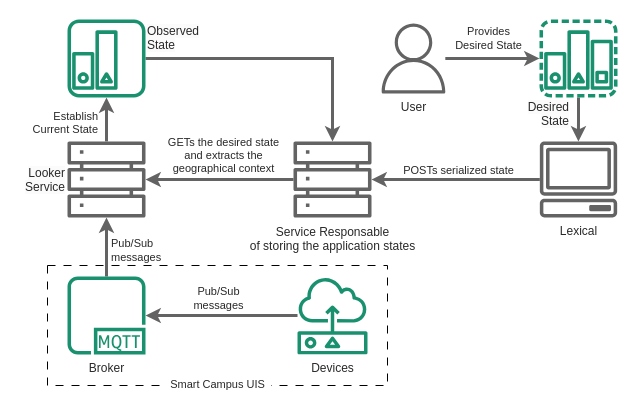
Earlier version of the draw.io diagram 3. Proyecto/metamodel/StarDuckBasic.drawio (MrDahaniel/StarDuck). Source tidied: cells renumbered, new cells numbered last; positions are measured from the earlier drawing's top-left corner, leaving out a move shared by most shapes. Both pictures are drawn from the tidied source at 100%, with x=0, y=0 at pixel (17, 17).
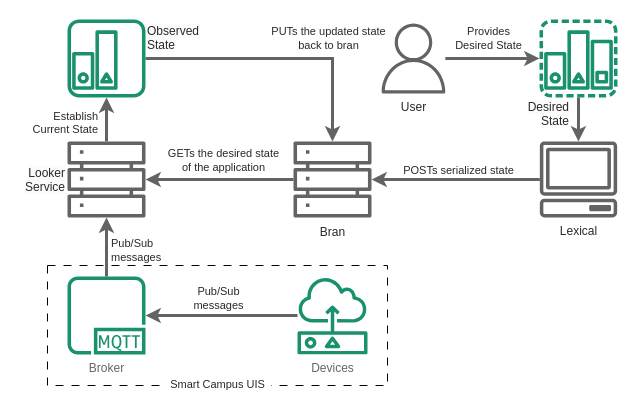
After the change.

The change refers to these unchanged cells:
```xml
<mxCell id="19" style="edgeStyle=orthogonalEdgeStyle;shape=connector;rounded=0;jettySize=auto;html=1;labelBackgroundColor=default;strokeColor=#636363;strokeWidth=3;align=center;verticalAlign=middle;fontFamily=Helvetica;fontSize=11;fontColor=#292929;endArrow=classic;" parent="1" edge="1" source="21" target="24">
  <mxGeometry relative="1" as="geometry" />
</mxCell>
```

What changed in the source:
```diff
@@
-    <mxCell id="3" value="Broker" style="sketch=0;outlineConnect=0;fontColor=#292929;gradientColor=none;fillColor=#19916E;strokeColor=none;dashed=0;verticalLabelPosition=bottom;verticalAlign=top;align=center;html=1;fontSize=12;fontStyle=0;shape=mxgraph.aws4.mqtt_protocol;" parent="1" vertex="1">
+    <mxCell id="3" value="Broker" style="sketch=0;outlineConnect=0;fontColor=#666666;gradientColor=none;fillColor=#19916E;strokeColor=none;dashed=0;verticalLabelPosition=bottom;verticalAlign=top;align=center;html=1;fontSize=12;fontStyle=0;shape=mxgraph.aws4.mqtt_protocol;" parent="1" vertex="1">
       <mxGeometry x="50" y="259" width="78" height="78" as="geometry" />
     </mxCell>
@@
-    <mxCell id="6" value="Devices" style="sketch=0;outlineConnect=0;fontColor=#292929;gradientColor=none;fillColor=#19916E;strokeColor=none;dashed=0;verticalLabelPosition=bottom;verticalAlign=top;align=center;html=1;fontSize=12;fontStyle=0;shape=mxgraph.aws4.sensor;labelBackgroundColor=none;shadow=0;" parent="1" vertex="1">
+    <mxCell id="6" value="Devices" style="sketch=0;outlineConnect=0;fontColor=#666666;gradientColor=none;fillColor=#19916E;strokeColor=none;dashed=0;verticalLabelPosition=bottom;verticalAlign=top;align=center;html=1;fontSize=12;fontStyle=0;shape=mxgraph.aws4.sensor;labelBackgroundColor=none;shadow=0;" parent="1" vertex="1">
       <mxGeometry x="280" y="259" width="70" height="78" as="geometry" />
     </mxCell>
@@
-    <mxCell id="20" value="GETs the desired state&lt;br style=&quot;border-color: var(--border-color);&quot;&gt;and extracts the&lt;br style=&quot;border-color: var(--border-color);&quot;&gt;geographical context" style="edgeLabel;html=1;align=center;verticalAlign=middle;fontSize=11;fontFamily=Helvetica;fontColor=#292929;" parent="19" vertex="1">
+    <mxCell id="20" value="GETs the desired state&lt;br&gt;of the application" style="edgeLabel;html=1;align=center;verticalAlign=middle;fontSize=11;fontFamily=Helvetica;fontColor=#292929;" parent="19" vertex="1">
       <mxGeometry x="0.14" y="-2" relative="1" as="geometry">
-        <mxPoint x="13" y="-23" as="offset" />
+        <mxPoint x="13" y="-18" as="offset" />
       </mxGeometry>
     </mxCell>
-    <mxCell id="21" value="Service Responsable&lt;br&gt;of storing the application states" style="sketch=0;outlineConnect=0;fontColor=#292929;gradientColor=none;fillColor=#636363;strokeColor=none;dashed=0;verticalLabelPosition=bottom;verticalAlign=top;align=center;html=1;fontSize=12;fontStyle=0;shape=mxgraph.aws4.servers;fontFamily=Helvetica;" parent="1" vertex="1">
+    <mxCell id="21" value="Bran" style="sketch=0;outlineConnect=0;fontColor=#292929;gradientColor=none;fillColor=#636363;strokeColor=none;dashed=0;verticalLabelPosition=bottom;verticalAlign=top;align=center;html=1;fontSize=12;fontStyle=0;shape=mxgraph.aws4.servers;fontFamily=Helvetica;" parent="1" vertex="1">
       <mxGeometry x="276" y="123" width="78" height="78" as="geometry" />
     </mxCell>
@@
+    <mxCell id="30" value="PUTs the updated state&lt;br style=&quot;border-color: var(--border-color);&quot;&gt;back to bran" style="edgeLabel;html=1;align=center;verticalAlign=middle;fontSize=11;fontFamily=Helvetica;fontColor=#292929;" parent="1" vertex="1">
+      <mxGeometry x="310" y="20" as="geometry" />
+    </mxCell>
```
